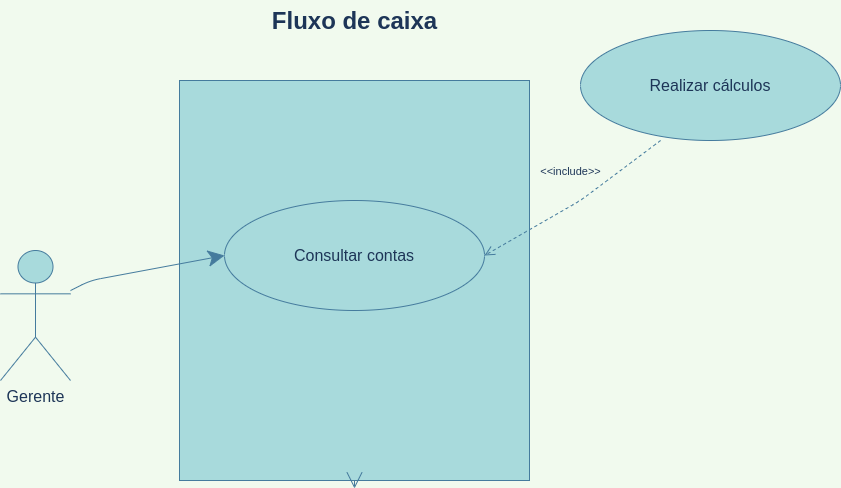
This is Fluxo de caixa.drawio.png from hinname/project-Restaurant, a draw.io export, as it was before one commit. Source tidied: cells renumbered, new cells last; positions are measured from the earlier drawing's top-left corner, leaving out a move shared by most shapes.
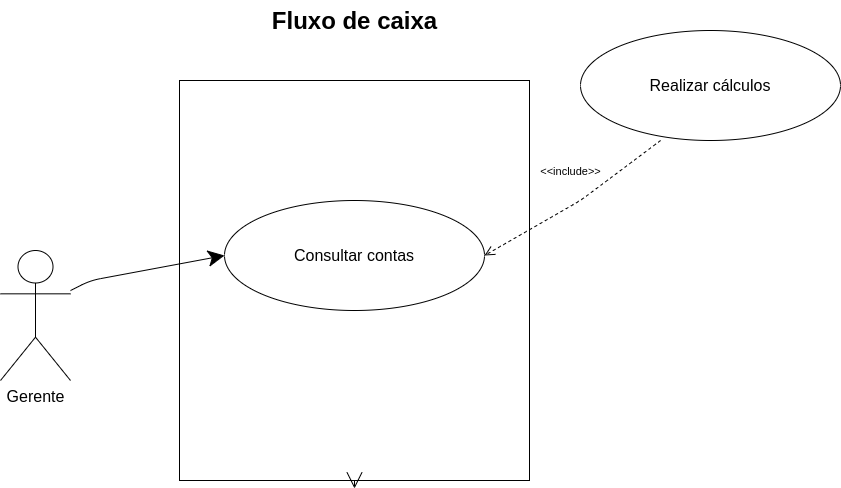
The same diagram one commit later.

The edit, as a diff of the source:
```diff
@@ -1,33 +1,33 @@
-<mxGraphModel background="#F1FAEE">
+<mxGraphModel>
   <root>
     <mxCell id="0" />
     <mxCell id="1" parent="0" />
-    <mxCell id="2" style="rounded=0;whiteSpace=wrap;html=1;hachureGap=4;fillColor=#A8DADC;strokeColor=#457B9D;fontColor=#1D3557;" parent="1" vertex="1">
+    <mxCell id="2" style="rounded=0;whiteSpace=wrap;html=1;hachureGap=4;" parent="1" vertex="1">
       <mxGeometry x="179" y="80" width="350" height="400" as="geometry" />
     </mxCell>
-    <mxCell id="3" value="&lt;font size=&quot;3&quot;&gt;Gerente&lt;/font&gt;" style="shape=umlActor;verticalLabelPosition=bottom;verticalAlign=top;html=1;outlineConnect=0;hachureGap=4;fillColor=#A8DADC;strokeColor=#457B9D;fontColor=#1D3557;" parent="1" vertex="1">
+    <mxCell id="3" value="&lt;font size=&quot;3&quot;&gt;Gerente&lt;/font&gt;" style="shape=umlActor;verticalLabelPosition=bottom;verticalAlign=top;html=1;outlineConnect=0;hachureGap=4;" parent="1" vertex="1">
       <mxGeometry y="250" width="70" height="130" as="geometry" />
     </mxCell>
-    <mxCell id="4" value="Fluxo de caixa" style="text;strokeColor=none;fillColor=none;html=1;fontSize=24;fontStyle=1;verticalAlign=middle;align=center;hachureGap=4;fontColor=#1D3557;" parent="1" vertex="1">
+    <mxCell id="4" value="Fluxo de caixa" style="text;strokeColor=none;fillColor=none;html=1;fontSize=24;fontStyle=1;verticalAlign=middle;align=center;hachureGap=4;" parent="1" vertex="1">
       <mxGeometry x="304" width="100" height="40" as="geometry" />
     </mxCell>
-    <mxCell id="5" value="&lt;font size=&quot;3&quot;&gt;Consultar contas&lt;/font&gt;" style="ellipse;whiteSpace=wrap;html=1;hachureGap=4;fillColor=#A8DADC;strokeColor=#457B9D;fontColor=#1D3557;" parent="1" vertex="1">
+    <mxCell id="5" value="&lt;font size=&quot;3&quot;&gt;Consultar contas&lt;/font&gt;" style="ellipse;whiteSpace=wrap;html=1;hachureGap=4;" parent="1" vertex="1">
       <mxGeometry x="224" y="200" width="260" height="110" as="geometry" />
     </mxCell>
-    <mxCell id="6" value="&lt;font size=&quot;3&quot;&gt;Realizar cálculos&lt;br&gt;&lt;/font&gt;" style="ellipse;whiteSpace=wrap;html=1;hachureGap=4;fillColor=#A8DADC;strokeColor=#457B9D;fontColor=#1D3557;" parent="1" vertex="1">
+    <mxCell id="6" value="&lt;font size=&quot;3&quot;&gt;Realizar cálculos&lt;br&gt;&lt;/font&gt;" style="ellipse;whiteSpace=wrap;html=1;hachureGap=4;" parent="1" vertex="1">
       <mxGeometry x="580" y="30" width="260" height="110" as="geometry" />
     </mxCell>
-    <mxCell id="7" style="edgeStyle=none;curved=1;rounded=0;orthogonalLoop=1;jettySize=auto;html=1;exitX=0.5;exitY=1;exitDx=0;exitDy=0;endArrow=open;startSize=14;endSize=14;sourcePerimeterSpacing=8;targetPerimeterSpacing=8;labelBackgroundColor=#F1FAEE;strokeColor=#457B9D;fontColor=#1D3557;" parent="1" edge="1" source="2" target="2">
+    <mxCell id="7" style="edgeStyle=none;curved=1;rounded=0;orthogonalLoop=1;jettySize=auto;html=1;exitX=0.5;exitY=1;exitDx=0;exitDy=0;endArrow=open;startSize=14;endSize=14;sourcePerimeterSpacing=8;targetPerimeterSpacing=8;" parent="1" edge="1" source="2" target="2">
       <mxGeometry relative="1" as="geometry" />
     </mxCell>
-    <mxCell id="8" value="&amp;lt;&amp;lt;include&amp;gt;&amp;gt;" style="html=1;verticalAlign=bottom;endArrow=open;dashed=1;endSize=8;sourcePerimeterSpacing=8;targetPerimeterSpacing=8;exitX=0.308;exitY=1;exitDx=0;exitDy=0;exitPerimeter=0;entryX=1;entryY=0.5;entryDx=0;entryDy=0;labelBackgroundColor=#F1FAEE;strokeColor=#457B9D;fontColor=#1D3557;" parent="1" edge="1" source="6" target="5">
+    <mxCell id="8" value="&amp;lt;&amp;lt;include&amp;gt;&amp;gt;" style="html=1;verticalAlign=bottom;endArrow=open;dashed=1;endSize=8;sourcePerimeterSpacing=8;targetPerimeterSpacing=8;exitX=0.308;exitY=1;exitDx=0;exitDy=0;exitPerimeter=0;entryX=1;entryY=0.5;entryDx=0;entryDy=0;" parent="1" edge="1" source="6" target="5">
       <mxGeometry x="-0.09" y="-22" relative="1" as="geometry">
         <Array as="points">
           <mxPoint x="580" y="200" />
         </Array>
       </mxGeometry>
     </mxCell>
-    <mxCell id="9" style="endArrow=classic;html=1;startSize=14;endSize=14;sourcePerimeterSpacing=8;targetPerimeterSpacing=8;entryX=0;entryY=0.5;entryDx=0;entryDy=0;exitX=1;exitY=0.308;exitDx=0;exitDy=0;exitPerimeter=0;labelBackgroundColor=#F1FAEE;strokeColor=#457B9D;fontColor=#1D3557;" parent="1" edge="1" source="3" target="5">
+    <mxCell id="9" style="endArrow=classic;html=1;startSize=14;endSize=14;sourcePerimeterSpacing=8;targetPerimeterSpacing=8;entryX=0;entryY=0.5;entryDx=0;entryDy=0;exitX=1;exitY=0.308;exitDx=0;exitDy=0;exitPerimeter=0;" parent="1" edge="1" source="3" target="5">
       <mxGeometry relative="1" as="geometry">
         <Array as="points">
           <mxPoint x="90" y="280" />
```
